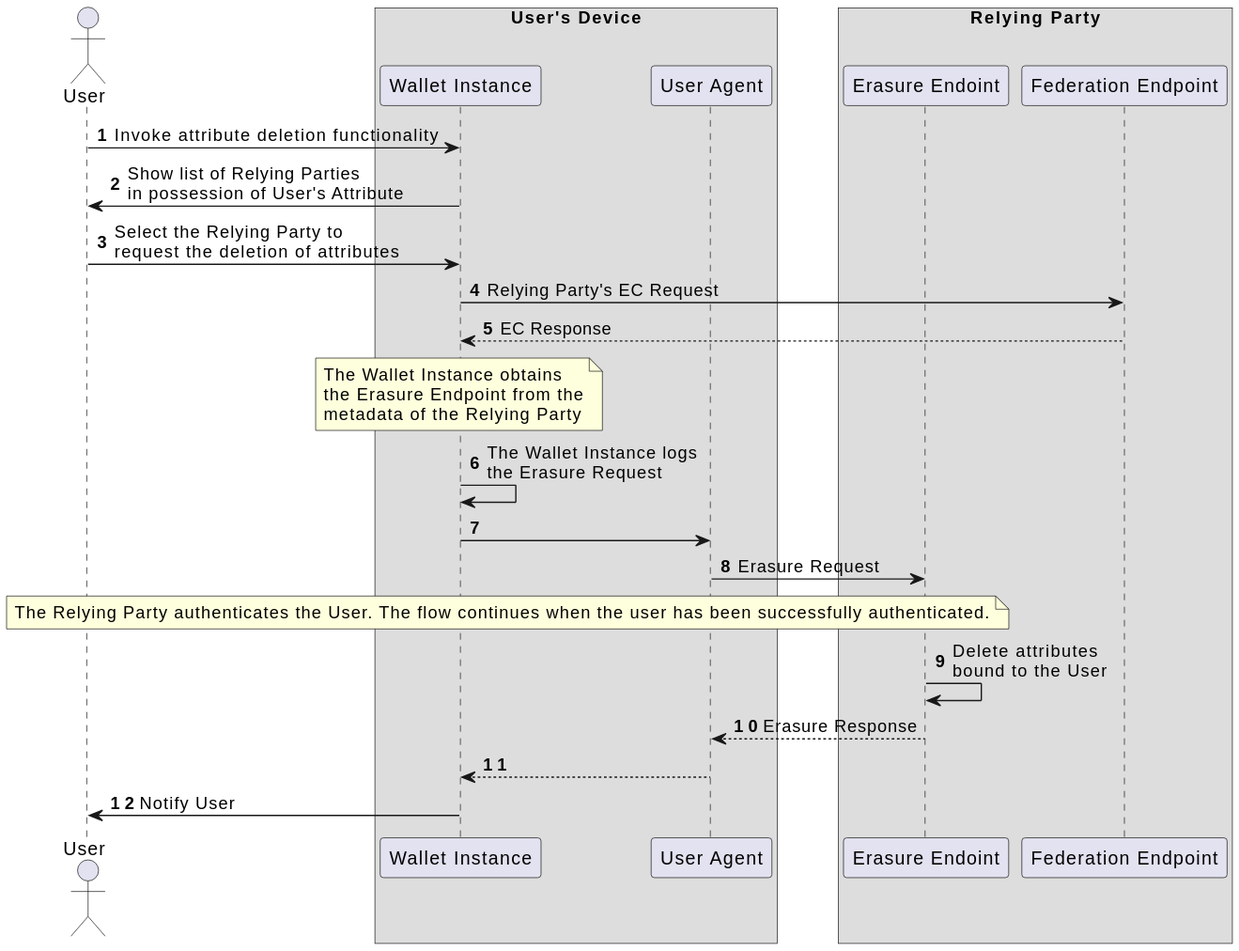
Above: images/user's_data_deletion_flow.svg in fmarino-ipzs/eid-it-wallet-docs (PlantUML), before the change.
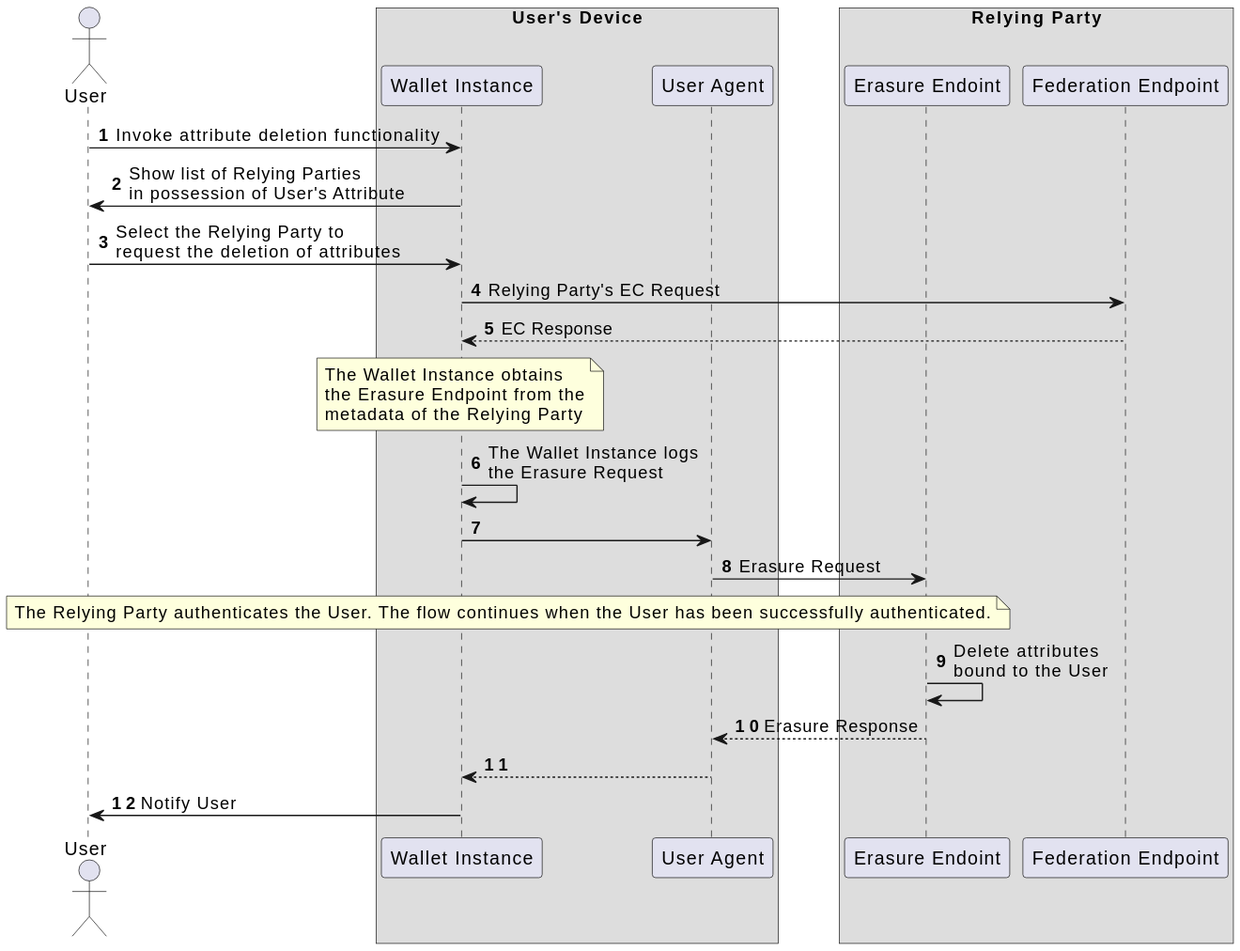
Above is the later version.

Commit message:
WI & RPI user/device - key tag binding

The edit, as a diff of the source:
```diff
@@ -29,7 +29,7 @@
   ua -> eept: Erasure Request
 
   note over user, eept
-    The Relying Party authenticates the User. The flow continues when the user has been successfully authenticated.
+    The Relying Party authenticates the User. The flow continues when the User has been successfully authenticated.
   end note
 
   eept -> eept: Delete attributes \nbound to the User
```
